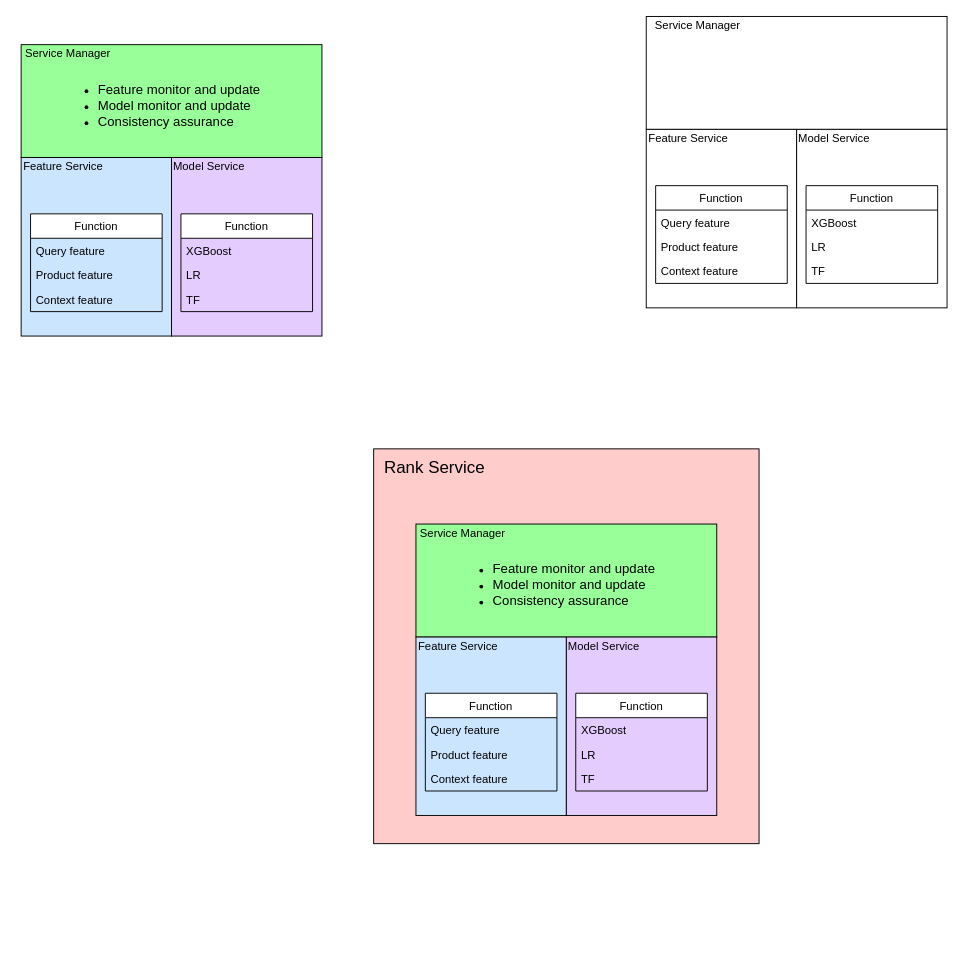
This is engineering/recommend/Untitled Diagram.drawio from Wanke15/wanke15.github.io, a draw.io file, before an edit. Source tidied: cells renumbered, new cells numbered last; positions are measured from the earlier drawing's top-left corner, leaving out a move shared by most shapes. Both pictures are drawn from the tidied source at 94%, with x=0, y=0 at pixel (16, 16).
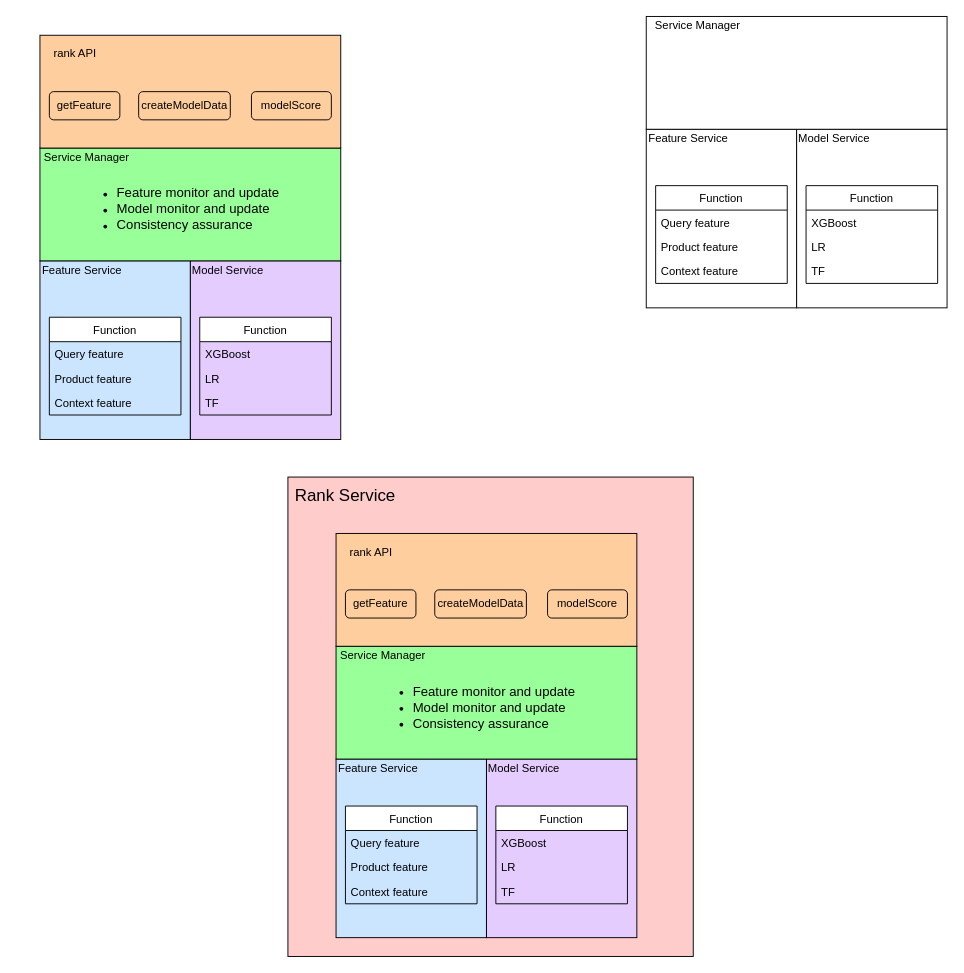
The same page after the edit.

Commit message (it also covers changes not shown here):
在线排序服务.drawio

Diff of the diagram source:
```diff
@@
     <mxCell id="16" style="rounded=0;whiteSpace=wrap;html=1;fillColor=#FFCCCC;" parent="1" vertex="1">
-      <mxGeometry x="380" y="460" width="410" height="420" as="geometry" />
+      <mxGeometry x="288.8" y="490" width="431.2" height="510" as="geometry" />
     </mxCell>
-    <mxCell id="17" style="rounded=0;whiteSpace=wrap;html=1;fillColor=#CCE5FF;" parent="1" vertex="1">
-      <mxGeometry x="425" y="660" width="160" height="190" as="geometry" />
-    </mxCell>
-    <mxCell id="18" value="Feature Service" style="text;html=1;strokeColor=none;fillColor=none;align=center;verticalAlign=middle;whiteSpace=wrap;rounded=0;" parent="1" vertex="1">
-      <mxGeometry x="425" y="660" width="90" height="20" as="geometry" />
-    </mxCell>
-    <mxCell id="19" value="Function" style="swimlane;fontStyle=0;horizontal=1;startSize=26;" parent="1" vertex="1">
-      <mxGeometry x="435" y="720" width="140" height="104" as="geometry" />
-    </mxCell>
-    <mxCell id="20" value="Query feature" style="text;strokeColor=none;fillColor=none;align=left;verticalAlign=top;spacingLeft=4;spacingRight=4;overflow=hidden;" parent="19" vertex="1">
-      <mxGeometry y="26" width="140" height="26" as="geometry" />
-    </mxCell>
-    <mxCell id="21" value="Product feature" style="text;strokeColor=none;fillColor=none;align=left;verticalAlign=top;spacingLeft=4;spacingRight=4;overflow=hidden;" parent="19" vertex="1">
-      <mxGeometry y="52" width="140" height="26" as="geometry" />
-    </mxCell>
-    <mxCell id="22" value="Context feature" style="text;strokeColor=none;fillColor=none;align=left;verticalAlign=top;spacingLeft=4;spacingRight=4;overflow=hidden;" parent="19" vertex="1">
-      <mxGeometry y="78" width="140" height="26" as="geometry" />
-    </mxCell>
-    <mxCell id="23" style="rounded=0;whiteSpace=wrap;html=1;fillColor=#E5CCFF;" parent="1" vertex="1">
-      <mxGeometry x="585" y="660" width="160" height="190" as="geometry" />
-    </mxCell>
-    <mxCell id="24" value="Model Service" style="text;html=1;strokeColor=none;fillColor=none;align=center;verticalAlign=middle;whiteSpace=wrap;rounded=0;" parent="1" vertex="1">
-      <mxGeometry x="585" y="660" width="80" height="20" as="geometry" />
-    </mxCell>
-    <mxCell id="25" value="Function" style="swimlane;fontStyle=0;horizontal=1;startSize=26;" parent="1" vertex="1">
-      <mxGeometry x="595" y="720" width="140" height="104" as="geometry" />
-    </mxCell>
-    <mxCell id="26" value="XGBoost" style="text;strokeColor=none;fillColor=none;align=left;verticalAlign=top;spacingLeft=4;spacingRight=4;overflow=hidden;" parent="25" vertex="1">
-      <mxGeometry y="26" width="140" height="26" as="geometry" />
-    </mxCell>
-    <mxCell id="27" value="LR" style="text;strokeColor=none;fillColor=none;align=left;verticalAlign=top;spacingLeft=4;spacingRight=4;overflow=hidden;" parent="25" vertex="1">
-      <mxGeometry y="52" width="140" height="26" as="geometry" />
-    </mxCell>
-    <mxCell id="28" value="TF" style="text;strokeColor=none;fillColor=none;align=left;verticalAlign=top;spacingLeft=4;spacingRight=4;overflow=hidden;" parent="25" vertex="1">
-      <mxGeometry y="78" width="140" height="26" as="geometry" />
-    </mxCell>
-    <mxCell id="29" style="rounded=0;whiteSpace=wrap;html=1;fillColor=#99FF99;" parent="1" vertex="1">
-      <mxGeometry x="425" y="540" width="320" height="120" as="geometry" />
-    </mxCell>
-    <mxCell id="30" value="Service Manager" style="text;html=1;strokeColor=none;fillColor=none;align=center;verticalAlign=middle;whiteSpace=wrap;rounded=0;" parent="1" vertex="1">
-      <mxGeometry x="420" y="540" width="110" height="20" as="geometry" />
-    </mxCell>
     <mxCell id="31" value="&lt;font style=&quot;font-size: 18px&quot;&gt;Rank Service&lt;/font&gt;" style="text;html=1;strokeColor=none;fillColor=none;align=center;verticalAlign=middle;whiteSpace=wrap;rounded=0;" parent="1" vertex="1">
-      <mxGeometry x="335" y="460" width="220" height="40" as="geometry" />
+      <mxGeometry x="240" y="490" width="220" height="40" as="geometry" />
     </mxCell>
-    <mxCell id="32" value="&lt;ul&gt;&lt;li&gt;&lt;font style=&quot;font-size: 14px&quot;&gt;Feature monitor and update&lt;/font&gt;&lt;/li&gt;&lt;li&gt;&lt;font style=&quot;font-size: 14px&quot;&gt;Model monitor and update&lt;/font&gt;&lt;/li&gt;&lt;li&gt;&lt;font style=&quot;font-size: 14px&quot;&gt;Consistency&amp;nbsp;assurance&lt;/font&gt;&lt;/li&gt;&lt;/ul&gt;" style="text;strokeColor=none;fillColor=none;html=1;whiteSpace=wrap;verticalAlign=middle;overflow=hidden;" parent="1" vertex="1">
-      <mxGeometry x="465" y="560" width="240" height="90" as="geometry" />
-    </mxCell>
     <mxCell id="33" style="rounded=0;whiteSpace=wrap;html=1;fillColor=#CCE5FF;" parent="1" vertex="1">
-      <mxGeometry x="5" y="150" width="160" height="190" as="geometry" />
+      <mxGeometry x="25" y="260" width="160" height="190" as="geometry" />
     </mxCell>
     <mxCell id="34" value="Feature Service" style="text;html=1;strokeColor=none;fillColor=none;align=center;verticalAlign=middle;whiteSpace=wrap;rounded=0;" parent="1" vertex="1">
-      <mxGeometry x="5" y="150" width="90" height="20" as="geometry" />
+      <mxGeometry x="25" y="260" width="90" height="20" as="geometry" />
     </mxCell>
     <mxCell id="35" value="Function" style="swimlane;fontStyle=0;horizontal=1;startSize=26;" parent="1" vertex="1">
-      <mxGeometry x="15" y="210" width="140" height="104" as="geometry" />
+      <mxGeometry x="35" y="320" width="140" height="104" as="geometry" />
     </mxCell>
@@
     <mxCell id="39" style="rounded=0;whiteSpace=wrap;html=1;fillColor=#E5CCFF;" parent="1" vertex="1">
-      <mxGeometry x="165" y="150" width="160" height="190" as="geometry" />
+      <mxGeometry x="185" y="260" width="160" height="190" as="geometry" />
     </mxCell>
     <mxCell id="40" value="Model Service" style="text;html=1;strokeColor=none;fillColor=none;align=center;verticalAlign=middle;whiteSpace=wrap;rounded=0;" parent="1" vertex="1">
-      <mxGeometry x="165" y="150" width="80" height="20" as="geometry" />
+      <mxGeometry x="185" y="260" width="80" height="20" as="geometry" />
     </mxCell>
     <mxCell id="41" value="Function" style="swimlane;fontStyle=0;horizontal=1;startSize=26;" parent="1" vertex="1">
-      <mxGeometry x="175" y="210" width="140" height="104" as="geometry" />
+      <mxGeometry x="195" y="320" width="140" height="104" as="geometry" />
     </mxCell>
@@
     <mxCell id="45" style="rounded=0;whiteSpace=wrap;html=1;fillColor=#99FF99;" parent="1" vertex="1">
-      <mxGeometry x="5" y="30" width="320" height="120" as="geometry" />
+      <mxGeometry x="25" y="140" width="320" height="120" as="geometry" />
     </mxCell>
     <mxCell id="46" value="Service Manager" style="text;html=1;strokeColor=none;fillColor=none;align=center;verticalAlign=middle;whiteSpace=wrap;rounded=0;" parent="1" vertex="1">
-      <mxGeometry y="30" width="110" height="20" as="geometry" />
+      <mxGeometry x="20" y="140" width="110" height="20" as="geometry" />
     </mxCell>
     <mxCell id="47" value="&lt;ul&gt;&lt;li&gt;&lt;font style=&quot;font-size: 14px&quot;&gt;Feature monitor and update&lt;/font&gt;&lt;/li&gt;&lt;li&gt;&lt;font style=&quot;font-size: 14px&quot;&gt;Model monitor and update&lt;/font&gt;&lt;/li&gt;&lt;li&gt;&lt;font style=&quot;font-size: 14px&quot;&gt;Consistency&amp;nbsp;assurance&lt;/font&gt;&lt;/li&gt;&lt;/ul&gt;" style="text;strokeColor=none;fillColor=none;html=1;whiteSpace=wrap;verticalAlign=middle;overflow=hidden;" parent="1" vertex="1">
-      <mxGeometry x="45" y="50" width="240" height="90" as="geometry" />
+      <mxGeometry x="65" y="160" width="240" height="90" as="geometry" />
     </mxCell>
+    <mxCell id="48" style="rounded=0;whiteSpace=wrap;html=1;fillColor=#FFCE9F;" parent="1" vertex="1">
+      <mxGeometry x="25" y="20" width="320" height="120" as="geometry" />
+    </mxCell>
+    <mxCell id="49" value="rank API" style="text;html=1;strokeColor=none;fillColor=none;align=center;verticalAlign=middle;whiteSpace=wrap;rounded=0;" parent="1" vertex="1">
+      <mxGeometry x="35" y="30" width="55" height="20" as="geometry" />
+    </mxCell>
+    <mxCell id="50" value="getFeature" style="rounded=1;whiteSpace=wrap;html=1;fillColor=#FFCE9F;" parent="1" vertex="1">
+      <mxGeometry x="35" y="80" width="75" height="30" as="geometry" />
+    </mxCell>
+    <mxCell id="51" value="createModelData" style="rounded=1;whiteSpace=wrap;html=1;fillColor=#FFCE9F;" parent="1" vertex="1">
+      <mxGeometry x="130" y="80" width="97.5" height="30" as="geometry" />
+    </mxCell>
+    <mxCell id="52" value="modelScore" style="rounded=1;whiteSpace=wrap;html=1;fillColor=#FFCE9F;" parent="1" vertex="1">
+      <mxGeometry x="250" y="80" width="85" height="30" as="geometry" />
+    </mxCell>
+    <mxCell id="53" style="rounded=0;whiteSpace=wrap;html=1;fillColor=#CCE5FF;" parent="1" vertex="1">
+      <mxGeometry x="340" y="790" width="160" height="190" as="geometry" />
+    </mxCell>
+    <mxCell id="18" value="Feature Service" style="text;html=1;strokeColor=none;fillColor=none;align=center;verticalAlign=middle;whiteSpace=wrap;rounded=0;" parent="1" vertex="1">
+      <mxGeometry x="340" y="790" width="90" height="20" as="geometry" />
+    </mxCell>
+    <mxCell id="54" value="Function" style="swimlane;fontStyle=0;horizontal=1;startSize=26;" parent="1" vertex="1">
+      <mxGeometry x="350" y="840" width="140" height="104" as="geometry" />
+    </mxCell>
+    <mxCell id="20" value="Query feature" style="text;strokeColor=none;fillColor=none;align=left;verticalAlign=top;spacingLeft=4;spacingRight=4;overflow=hidden;" parent="54" vertex="1">
+      <mxGeometry y="26" width="140" height="26" as="geometry" />
+    </mxCell>
+    <mxCell id="21" value="Product feature" style="text;strokeColor=none;fillColor=none;align=left;verticalAlign=top;spacingLeft=4;spacingRight=4;overflow=hidden;" parent="54" vertex="1">
+      <mxGeometry y="52" width="140" height="26" as="geometry" />
+    </mxCell>
+    <mxCell id="22" value="Context feature" style="text;strokeColor=none;fillColor=none;align=left;verticalAlign=top;spacingLeft=4;spacingRight=4;overflow=hidden;" parent="54" vertex="1">
+      <mxGeometry y="78" width="140" height="26" as="geometry" />
+    </mxCell>
+    <mxCell id="55" style="rounded=0;whiteSpace=wrap;html=1;fillColor=#E5CCFF;" parent="1" vertex="1">
+      <mxGeometry x="500" y="790" width="160" height="190" as="geometry" />
+    </mxCell>
+    <mxCell id="24" value="Model Service" style="text;html=1;strokeColor=none;fillColor=none;align=center;verticalAlign=middle;whiteSpace=wrap;rounded=0;" parent="1" vertex="1">
+      <mxGeometry x="500" y="790" width="80" height="20" as="geometry" />
+    </mxCell>
+    <mxCell id="56" value="Function" style="swimlane;fontStyle=0;horizontal=1;startSize=26;" parent="1" vertex="1">
+      <mxGeometry x="510" y="840" width="140" height="104" as="geometry" />
+    </mxCell>
+    <mxCell id="26" value="XGBoost" style="text;strokeColor=none;fillColor=none;align=left;verticalAlign=top;spacingLeft=4;spacingRight=4;overflow=hidden;" parent="56" vertex="1">
+      <mxGeometry y="26" width="140" height="26" as="geometry" />
+    </mxCell>
+    <mxCell id="27" value="LR" style="text;strokeColor=none;fillColor=none;align=left;verticalAlign=top;spacingLeft=4;spacingRight=4;overflow=hidden;" parent="56" vertex="1">
+      <mxGeometry y="52" width="140" height="26" as="geometry" />
+    </mxCell>
+    <mxCell id="28" value="TF" style="text;strokeColor=none;fillColor=none;align=left;verticalAlign=top;spacingLeft=4;spacingRight=4;overflow=hidden;" parent="56" vertex="1">
+      <mxGeometry y="78" width="140" height="26" as="geometry" />
+    </mxCell>
+    <mxCell id="57" style="rounded=0;whiteSpace=wrap;html=1;fillColor=#99FF99;" parent="1" vertex="1">
+      <mxGeometry x="340" y="670" width="320" height="120" as="geometry" />
+    </mxCell>
+    <mxCell id="30" value="Service Manager" style="text;html=1;strokeColor=none;fillColor=none;align=center;verticalAlign=middle;whiteSpace=wrap;rounded=0;" parent="1" vertex="1">
+      <mxGeometry x="335" y="670" width="110" height="20" as="geometry" />
+    </mxCell>
+    <mxCell id="32" value="&lt;ul&gt;&lt;li&gt;&lt;font style=&quot;font-size: 14px&quot;&gt;Feature monitor and update&lt;/font&gt;&lt;/li&gt;&lt;li&gt;&lt;font style=&quot;font-size: 14px&quot;&gt;Model monitor and update&lt;/font&gt;&lt;/li&gt;&lt;li&gt;&lt;font style=&quot;font-size: 14px&quot;&gt;Consistency&amp;nbsp;assurance&lt;/font&gt;&lt;/li&gt;&lt;/ul&gt;" style="text;strokeColor=none;fillColor=none;html=1;whiteSpace=wrap;verticalAlign=middle;overflow=hidden;" parent="1" vertex="1">
+      <mxGeometry x="380" y="690" width="240" height="90" as="geometry" />
+    </mxCell>
+    <mxCell id="58" style="rounded=0;whiteSpace=wrap;html=1;fillColor=#FFCE9F;" parent="1" vertex="1">
+      <mxGeometry x="340" y="550" width="320" height="120" as="geometry" />
+    </mxCell>
+    <mxCell id="59" value="rank API" style="text;html=1;strokeColor=none;fillColor=none;align=center;verticalAlign=middle;whiteSpace=wrap;rounded=0;" parent="1" vertex="1">
+      <mxGeometry x="350" y="560" width="55" height="20" as="geometry" />
+    </mxCell>
+    <mxCell id="60" value="getFeature" style="rounded=1;whiteSpace=wrap;html=1;fillColor=#FFCE9F;" parent="1" vertex="1">
+      <mxGeometry x="350" y="610" width="75" height="30" as="geometry" />
+    </mxCell>
+    <mxCell id="61" value="createModelData" style="rounded=1;whiteSpace=wrap;html=1;fillColor=#FFCE9F;" parent="1" vertex="1">
+      <mxGeometry x="445" y="610" width="97.5" height="30" as="geometry" />
+    </mxCell>
+    <mxCell id="62" value="modelScore" style="rounded=1;whiteSpace=wrap;html=1;fillColor=#FFCE9F;" parent="1" vertex="1">
+      <mxGeometry x="565" y="610" width="85" height="30" as="geometry" />
+    </mxCell>
```
